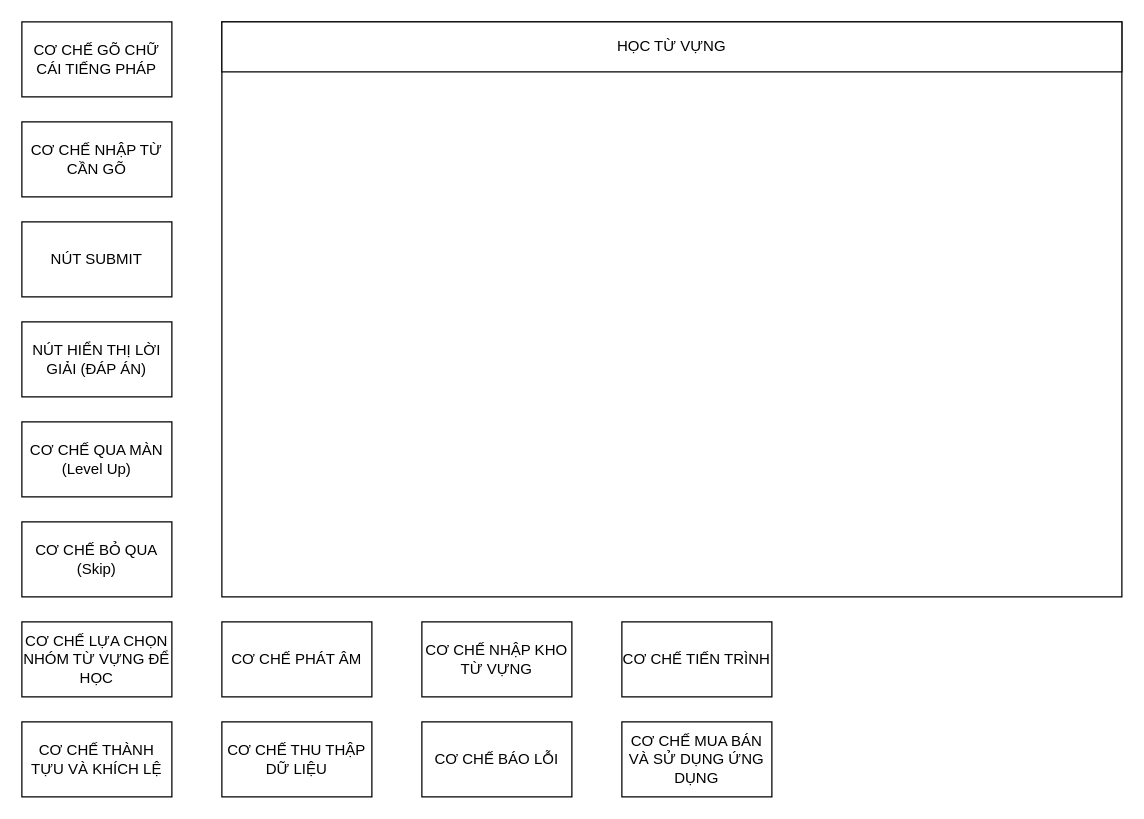
Before: page "ALL" (1 of 3) of SƠ ĐỒ CHỨC NĂNG TỔNG THỂ.drawio in Tran-Long-Vu/AppVocabFR, a draw.io diagram. Source tidied: cells renumbered, new cells numbered last; positions are measured from the earlier drawing's top-left corner, leaving out a move shared by most shapes. Both pictures are drawn from the tidied source at 125%, with x=0, y=0 at pixel (21, 21).
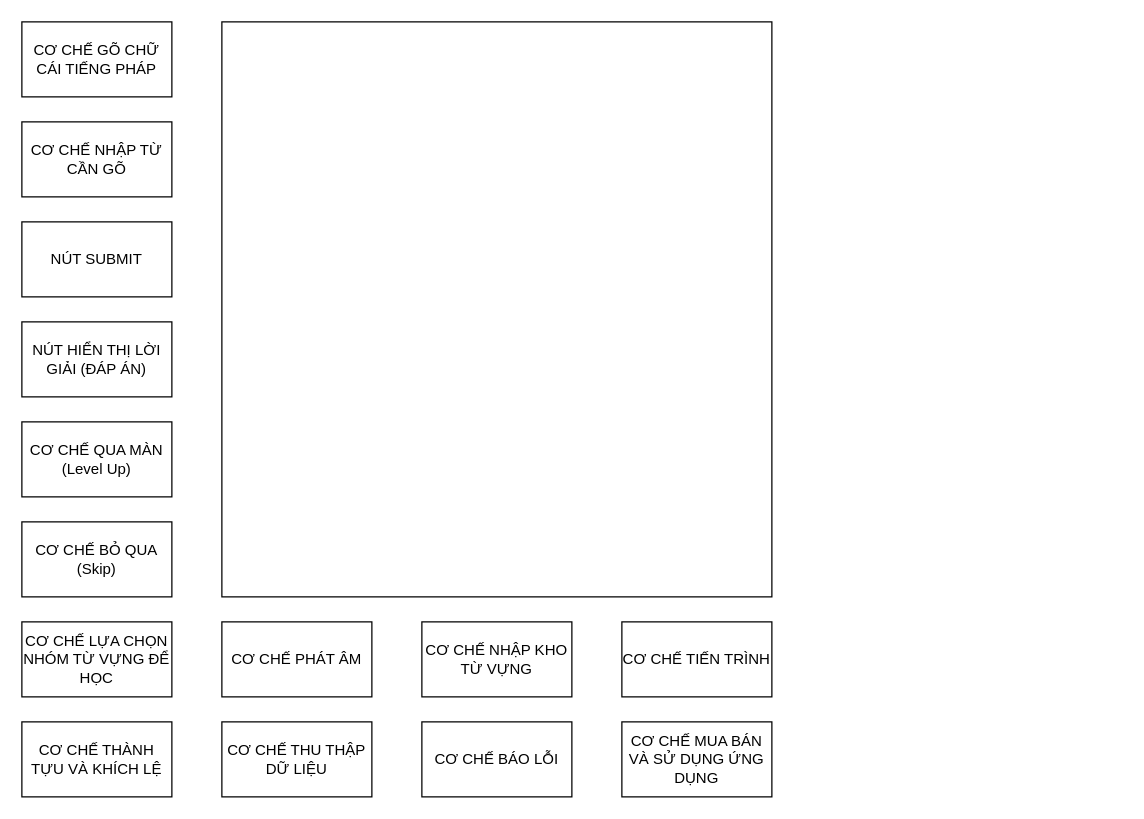
The same diagram, later.

Commit message:
SƠ ĐỒ CHỨC NĂNG TỔNG THỂ

The edit, as a diff of the source:
```diff
@@
 <mxGraphModel>
   <root>
     <mxCell id="0" />
     <mxCell id="1" parent="0" />
     <mxCell id="2" value="CƠ CHẾ NHẬP TỪ CẦN GÕ" style="rounded=0;whiteSpace=wrap;html=1;" parent="1" vertex="1">
       <mxGeometry y="80" width="120" height="60" as="geometry" />
     </mxCell>
     <mxCell id="3" value="NÚT SUBMIT" style="rounded=0;whiteSpace=wrap;html=1;" parent="1" vertex="1">
       <mxGeometry y="160" width="120" height="60" as="geometry" />
     </mxCell>
     <mxCell id="4" value="NÚT HIỂN THỊ LỜI GIẢI (ĐÁP ÁN)" style="rounded=0;whiteSpace=wrap;html=1;" parent="1" vertex="1">
       <mxGeometry y="240" width="120" height="60" as="geometry" />
     </mxCell>
     <mxCell id="5" value="CƠ CHẾ QUA MÀN (Level Up)" style="rounded=0;whiteSpace=wrap;html=1;" parent="1" vertex="1">
       <mxGeometry y="320" width="120" height="60" as="geometry" />
     </mxCell>
     <mxCell id="6" value="CƠ CHẾ BỎ QUA (Skip)" style="rounded=0;whiteSpace=wrap;html=1;" parent="1" vertex="1">
       <mxGeometry y="400" width="120" height="60" as="geometry" />
     </mxCell>
     <mxCell id="7" value="CƠ CHẾ LỰA CHỌN NHÓM TỪ VỰNG ĐỂ HỌC" style="rounded=0;whiteSpace=wrap;html=1;" parent="1" vertex="1">
       <mxGeometry y="480" width="120" height="60" as="geometry" />
     </mxCell>
     <mxCell id="8" value="CƠ CHẾ PHÁT ÂM" style="rounded=0;whiteSpace=wrap;html=1;" parent="1" vertex="1">
       <mxGeometry x="160" y="480" width="120" height="60" as="geometry" />
     </mxCell>
     <mxCell id="9" value="CƠ CHẾ NHẬP KHO TỪ VỰNG" style="rounded=0;whiteSpace=wrap;html=1;" parent="1" vertex="1">
       <mxGeometry x="320" y="480" width="120" height="60" as="geometry" />
     </mxCell>
     <mxCell id="10" value="CƠ CHẾ TIẾN TRÌNH" style="rounded=0;whiteSpace=wrap;html=1;" parent="1" vertex="1">
       <mxGeometry x="480" y="480" width="120" height="60" as="geometry" />
     </mxCell>
     <mxCell id="11" value="CƠ CHẾ THÀNH TỰU VÀ KHÍCH LỆ" style="rounded=0;whiteSpace=wrap;html=1;" parent="1" vertex="1">
       <mxGeometry y="560" width="120" height="60" as="geometry" />
     </mxCell>
     <mxCell id="12" value="CƠ CHẾ THU THẬP DỮ LIỆU" style="rounded=0;whiteSpace=wrap;html=1;" parent="1" vertex="1">
       <mxGeometry x="160" y="560" width="120" height="60" as="geometry" />
     </mxCell>
     <mxCell id="13" value="CƠ CHẾ BÁO LỖI" style="rounded=0;whiteSpace=wrap;html=1;" parent="1" vertex="1">
       <mxGeometry x="320" y="560" width="120" height="60" as="geometry" />
     </mxCell>
     <mxCell id="14" value="CƠ CHẾ MUA BÁN VÀ SỬ DỤNG ỨNG DỤNG" style="rounded=0;whiteSpace=wrap;html=1;" parent="1" vertex="1">
       <mxGeometry x="480" y="560" width="120" height="60" as="geometry" />
     </mxCell>
     <mxCell id="15" value="CƠ CHẾ GÕ CHỮ CÁI TIẾNG PHÁP" style="rounded=0;whiteSpace=wrap;html=1;" parent="1" vertex="1">
       <mxGeometry width="120" height="60" as="geometry" />
     </mxCell>
-    <mxCell id="16" style="group;" parent="1" vertex="1">
-      <mxGeometry x="160" width="720" height="460" as="geometry" />
-    </mxCell>
-    <mxCell id="17" style="rounded=0;whiteSpace=wrap;html=1;" parent="16" vertex="1">
-      <mxGeometry width="720" height="460" as="geometry" />
-    </mxCell>
-    <mxCell id="18" value="HỌC TỪ VỰNG" style="rounded=0;whiteSpace=wrap;html=1;" parent="16" vertex="1">
-      <mxGeometry width="720" height="40" as="geometry" />
-    </mxCell>
+    <mxCell id="19" style="rounded=0;whiteSpace=wrap;html=1;" parent="1" vertex="1">
+      <mxGeometry x="160" width="440" height="460" as="geometry" />
+    </mxCell>
   </root>
 </mxGraphModel>
```
